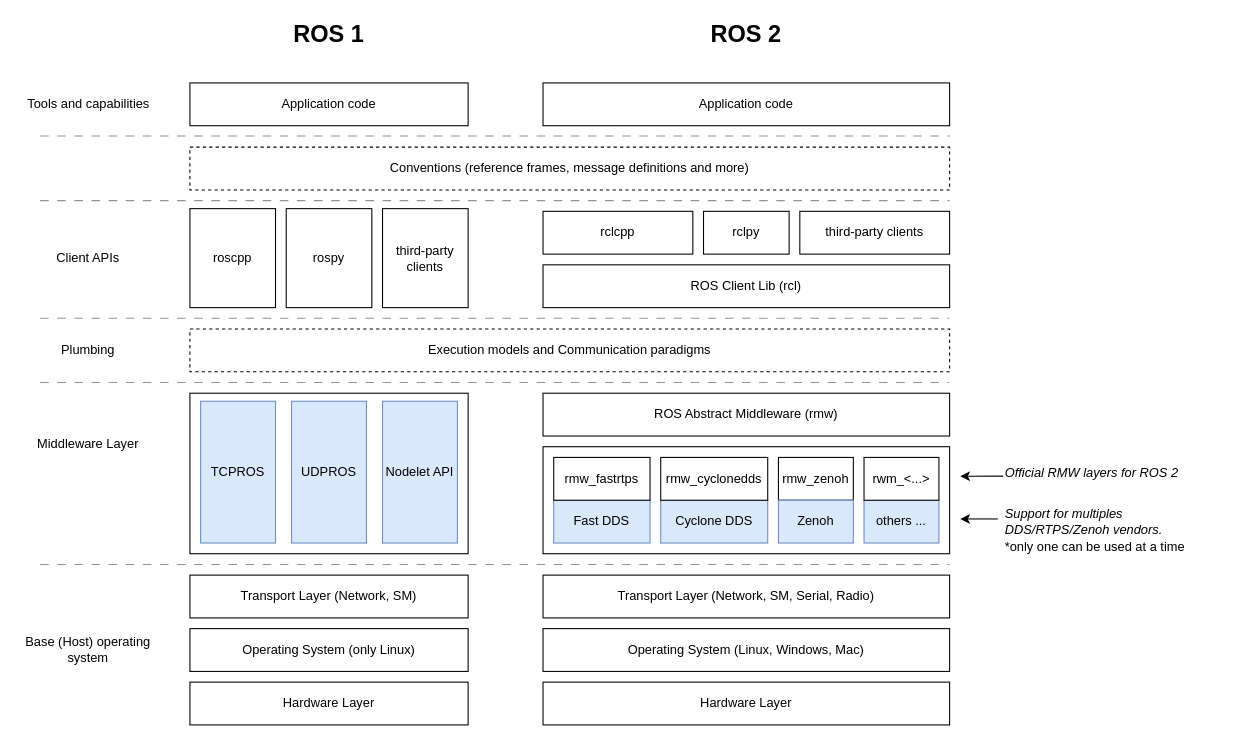
This is page "stack" (5 of 5) of src/resources/ros-intro.drawio from harleylara/robotics, a draw.io file, before an edit. Source tidied: cells renumbered, new cells numbered last; positions are measured from the earlier drawing's top-left corner, leaving out a move shared by most shapes. Both pictures are drawn from the tidied source at 107%, with x=0, y=0 at pixel (18, 18).
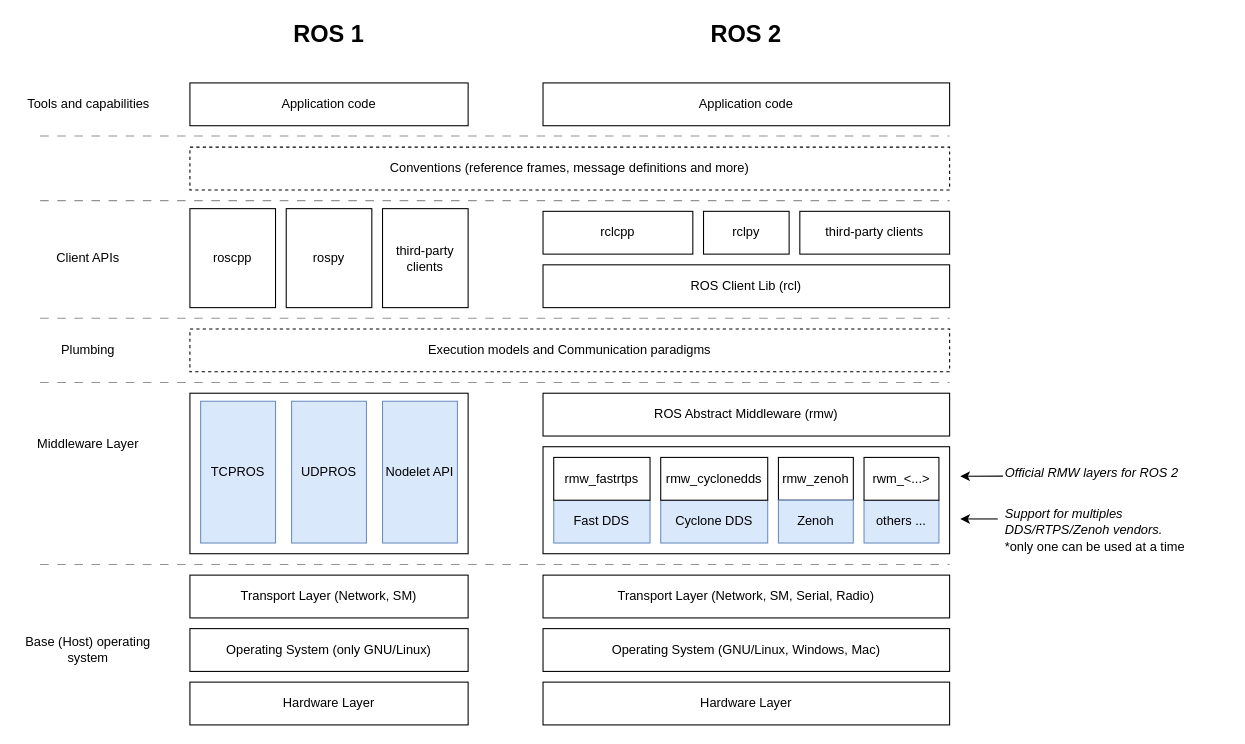
The same diagram, later.

Diff of the diagram source:
```diff
@@
-    <mxCell id="4" value="Operating System (only Linux)" style="rounded=0;whiteSpace=wrap;html=1;" parent="1" vertex="1">
+    <mxCell id="4" value="Operating System (only GNU/Linux)" style="rounded=0;whiteSpace=wrap;html=1;" parent="1" vertex="1">
       <mxGeometry x="160" y="570" width="260" height="40" as="geometry" />
     </mxCell>
@@
-    <mxCell id="37" value="Operating System (Linux, Windows, Mac)" style="rounded=0;whiteSpace=wrap;html=1;" parent="1" vertex="1">
+    <mxCell id="37" value="Operating System (GNU/Linux, Windows, Mac)" style="rounded=0;whiteSpace=wrap;html=1;" parent="1" vertex="1">
       <mxGeometry x="490" y="570" width="380" height="40" as="geometry" />
     </mxCell>
```
